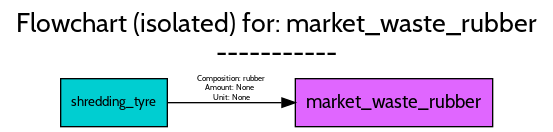
Before: src/examples/ELV/figures/flowcharts/processes/png/market_waste_rubber.png, a diagram exported from Graphviz (FutuRaM-Project/Recovery-Model). Its source is kept beside it as src/examples/ELV/figures/flowcharts/processes/dot/market_waste_rubber.dot.
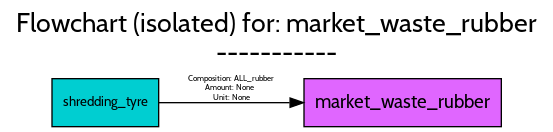
Above is the later version.

What changed in the source:
```diff
@@ -19,7 +19,7 @@
 		fontname=Cabin,
 		fontsize=14,
 		height=0.5,
-		pos="291.5,18",
+		pos="298,18",
 		shape=box,
 		style=filled,
 		width=2.0556];
@@ -27,16 +27,16 @@
 		fontname=Cabin,
 		fontsize=10,
 		height=0.5,
-		pos="81.5,18",
+		pos="75,18",
 		shape=box,
 		style=filled,
 		width=1.1111];
 	shredding_tyre -> market_waste_rubber	[color=black,
 		fontname=Cabin,
 		fontsize=6,
-		label="Composition: rubber
+		label="Composition: ALL_rubber
 Amount: None
 Unit: None",
 		lp="169.5,28.5",
-		pos="e,217.45,18 121.62,18 145.73,18 177.58,18 207.12,18"];
+		pos="e,223.56,18 115,18 142.18,18 179.47,18 213.22,18"];
 }
```
